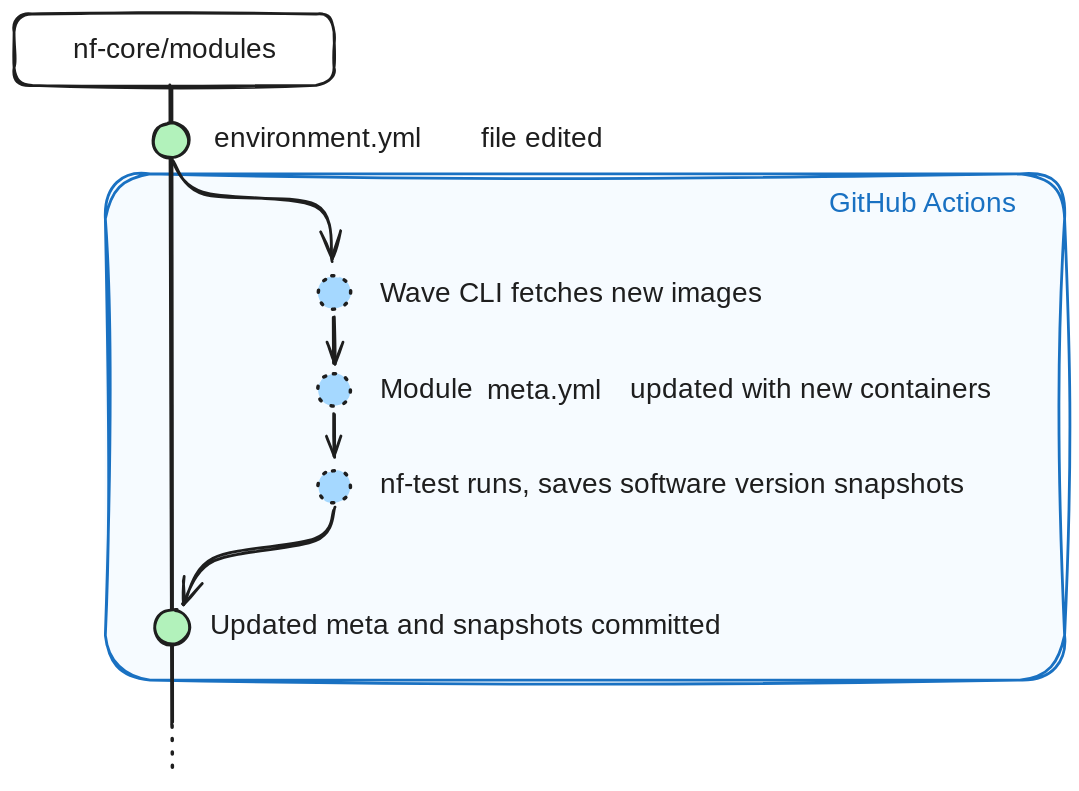
This is sites/main-site/src/assets/images/blog/seqera-containers-part-2/creation_flow.excalidraw.svg from nf-core/website, a Excalidraw export, as it was before one commit. Source tidied: one line per element, renumbered; positions are measured from the earlier drawing's top-left corner, leaving out a move shared by most shapes. Source of this version:
```json
{"id": 0, "type": "rectangle", "strokeColor": "transparent", "backgroundColor": "#a5d8ff", "fillStyle": "solid", "strokeWidth": 2, "roughness": 2, "opacity": 10, "round": true, "x": 65, "y": 115, "width": 685, "height": 362}
{"id": 1, "type": "rectangle", "strokeColor": "#1971c2", "strokeWidth": 2, "roughness": 2, "round": true, "x": 65, "y": 114, "width": 685, "height": 362}
{"id": 2, "type": "rectangle", "strokeColor": "#1e1e1e", "strokeWidth": 2, "roughness": 1, "round": true, "x": 0, "y": 0, "width": 229, "height": 51}
{"id": 3, "type": "text", "text": "nf-core/modules", "strokeColor": "#1e1e1e", "strokeWidth": 2, "roughness": 1, "fontSize": 20, "fontFamily": 3, "textAlign": "center", "verticalAlign": "middle", "inside": 2, "x": 26, "y": 14, "width": 176, "height": 24}
{"id": 4, "type": "text", "text": "file edited", "strokeColor": "#1e1e1e", "strokeWidth": 2, "roughness": 1, "fontSize": 20, "fontFamily": 1, "x": 334, "y": 77, "width": 101, "height": 25}
{"id": 5, "type": "text", "text": "environment.yml", "strokeColor": "#1e1e1e", "strokeWidth": 2, "roughness": 1, "fontSize": 20, "fontFamily": 3, "x": 143, "y": 77, "width": 176, "height": 24}
{"id": 6, "type": "line", "strokeColor": "#1e1e1e", "strokeWidth": 2, "roughness": 1, "round": true, "x": 113, "y": 52, "width": 0, "height": 455, "points": [[0, 0], [0, 455]]}
{"id": 7, "type": "ellipse", "strokeColor": "#1e1e1e", "backgroundColor": "#b2f2bb", "fillStyle": "solid", "strokeWidth": 2, "roughness": 1, "round": true, "x": 99, "y": 78, "width": 25, "height": 25}
{"id": 8, "type": "text", "text": "Wave CLI fetches new images", "strokeColor": "#1e1e1e", "backgroundColor": "#b2f2bb", "fillStyle": "solid", "strokeWidth": 2, "roughness": 1, "fontSize": 20, "fontFamily": 1, "x": 261, "y": 188, "width": 294, "height": 25}
{"id": 9, "type": "text", "text": "nf-test runs, saves software version snapshots", "strokeColor": "#1e1e1e", "backgroundColor": "#b2f2bb", "fillStyle": "solid", "strokeWidth": 2, "roughness": 1, "fontSize": 20, "fontFamily": 1, "x": 261, "y": 324, "width": 474, "height": 25}
{"id": 10, "type": "text", "text": "Module", "strokeColor": "#1e1e1e", "backgroundColor": "#b2f2bb", "fillStyle": "solid", "strokeWidth": 2, "roughness": 1, "fontSize": 20, "fontFamily": 1, "x": 261, "y": 256, "width": 65, "height": 25}
{"id": 11, "type": "text", "text": "meta.yml", "strokeColor": "#1e1e1e", "backgroundColor": "#b2f2bb", "fillStyle": "solid", "strokeWidth": 2, "roughness": 1, "fontSize": 20, "fontFamily": 3, "x": 338, "y": 257, "width": 94, "height": 24}
{"id": 12, "type": "text", "text": "updated with new containers", "strokeColor": "#1e1e1e", "backgroundColor": "#b2f2bb", "fillStyle": "solid", "strokeWidth": 2, "roughness": 1, "fontSize": 20, "fontFamily": 1, "x": 440, "y": 256, "width": 279, "height": 25}
{"id": 13, "type": "ellipse", "strokeColor": "#1e1e1e", "backgroundColor": "#a5d8ff", "fillStyle": "solid", "strokeWidth": 2, "strokeStyle": "dotted", "roughness": 1, "round": true, "x": 217, "y": 187, "width": 24, "height": 24}
{"id": 14, "type": "arrow", "strokeColor": "#1e1e1e", "backgroundColor": "#a5d8ff", "fillStyle": "solid", "strokeWidth": 2, "roughness": 1, "endArrowhead": "arrow", "round": true, "from": 7, "to": 13, "x": 113, "y": 104, "width": 115, "height": 72, "points": [[0, 0], [23, 24], [102, 32], [115, 72]]}
{"id": 15, "type": "ellipse", "strokeColor": "#1e1e1e", "backgroundColor": "#a5d8ff", "fillStyle": "solid", "strokeWidth": 2, "strokeStyle": "dotted", "roughness": 1, "round": true, "x": 217, "y": 257, "width": 24, "height": 24}
{"id": 16, "type": "ellipse", "strokeColor": "#1e1e1e", "backgroundColor": "#a5d8ff", "fillStyle": "solid", "strokeWidth": 2, "strokeStyle": "dotted", "roughness": 1, "round": true, "x": 217, "y": 326, "width": 24, "height": 24}
{"id": 17, "type": "arrow", "strokeColor": "#1e1e1e", "backgroundColor": "#a5d8ff", "fillStyle": "solid", "strokeWidth": 2, "roughness": 1, "endArrowhead": "arrow", "round": true, "from": 13, "to": 15, "x": 229, "y": 217, "width": 0, "height": 33, "points": [[0, 0], [0, 33]]}
{"id": 18, "type": "arrow", "strokeColor": "#1e1e1e", "backgroundColor": "#a5d8ff", "fillStyle": "solid", "strokeWidth": 2, "roughness": 1, "endArrowhead": "arrow", "round": true, "from": 15, "to": 16, "x": 229, "y": 286, "width": 0, "height": 30, "points": [[0, 0], [0, 30]]}
{"id": 19, "type": "ellipse", "strokeColor": "#1e1e1e", "backgroundColor": "#b2f2bb", "fillStyle": "solid", "strokeWidth": 2, "roughness": 1, "round": true, "x": 100, "y": 426, "width": 25, "height": 25}
{"id": 20, "type": "arrow", "strokeColor": "#1e1e1e", "backgroundColor": "#a5d8ff", "fillStyle": "solid", "strokeWidth": 2, "roughness": 1, "endArrowhead": "arrow", "round": true, "from": 16, "to": 19, "x": 228, "y": 354, "width": 109, "height": 69, "points": [[0, 0], [-14, 22], [-85, 36], [-109, 69]]}
{"id": 21, "type": "text", "text": "Updated meta and snapshots committed", "strokeColor": "#1e1e1e", "strokeWidth": 2, "roughness": 1, "fontSize": 20, "fontFamily": 1, "x": 140, "y": 425, "width": 398, "height": 25}
{"id": 22, "type": "text", "text": "GitHub Actions", "strokeColor": "#1971c2", "strokeWidth": 2, "roughness": 2, "fontSize": 20, "fontFamily": 1, "x": 583, "y": 124, "width": 144, "height": 25}
{"id": 23, "type": "line", "strokeColor": "#1e1e1e", "strokeWidth": 2, "strokeStyle": "dotted", "roughness": 2, "round": true, "x": 113, "y": 508, "width": 0, "height": 37, "points": [[0, 0], [0, 37]]}
```
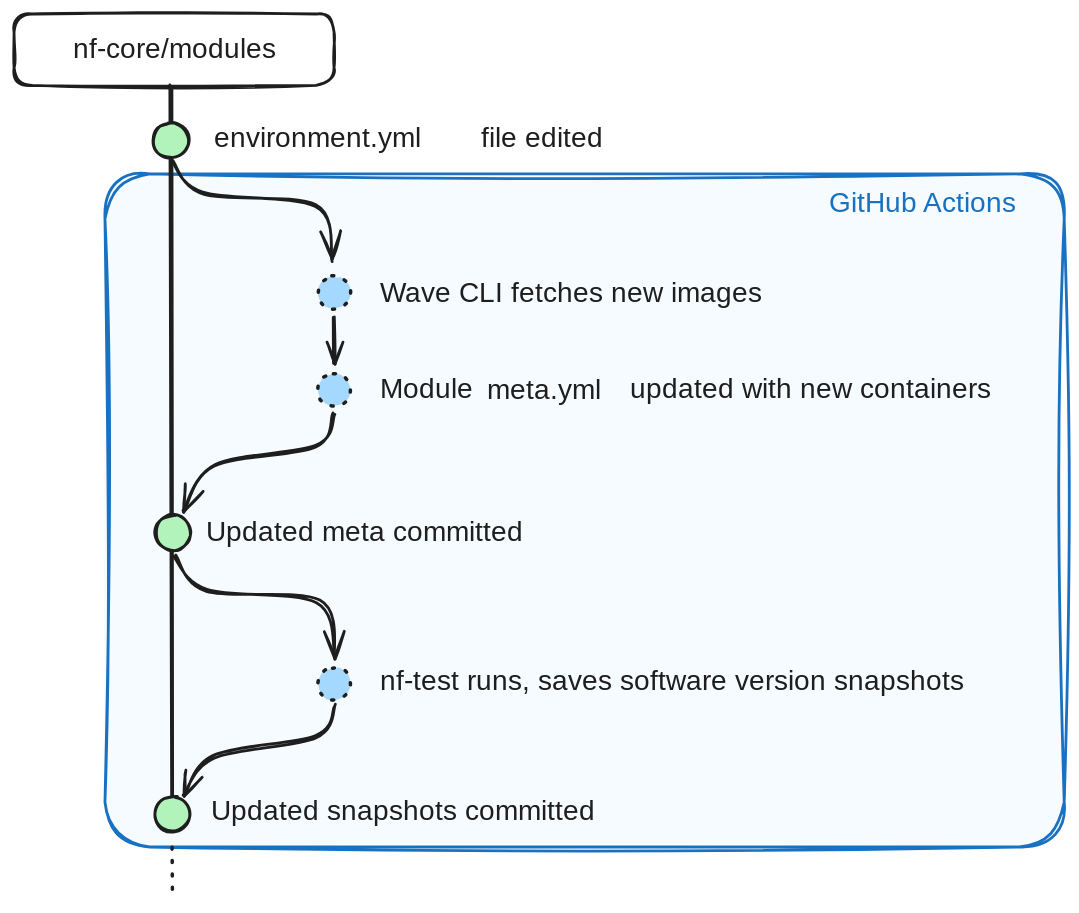
The same diagram one commit later.

Change to the diagram source:
```diff
@@ -1,24 +1,27 @@
-{"id": 0, "type": "rectangle", "strokeColor": "transparent", "backgroundColor": "#a5d8ff", "fillStyle": "solid", "strokeWidth": 2, "roughness": 2, "opacity": 10, "round": true, "x": 65, "y": 115, "width": 685, "height": 362}
+{"id": 0, "type": "rectangle", "strokeColor": "transparent", "backgroundColor": "#a5d8ff", "fillStyle": "solid", "strokeWidth": 2, "roughness": 2, "opacity": 10, "round": true, "x": 65, "y": 115, "width": 685, "height": 481}
-{"id": 1, "type": "rectangle", "strokeColor": "#1971c2", "strokeWidth": 2, "roughness": 2, "round": true, "x": 65, "y": 114, "width": 685, "height": 362}
+{"id": 1, "type": "rectangle", "strokeColor": "#1971c2", "strokeWidth": 2, "roughness": 2, "round": true, "x": 65, "y": 114, "width": 685, "height": 481}
 {"id": 2, "type": "rectangle", "strokeColor": "#1e1e1e", "strokeWidth": 2, "roughness": 1, "round": true, "x": 0, "y": 0, "width": 229, "height": 51}
 {"id": 3, "type": "text", "text": "nf-core/modules", "strokeColor": "#1e1e1e", "strokeWidth": 2, "roughness": 1, "fontSize": 20, "fontFamily": 3, "textAlign": "center", "verticalAlign": "middle", "inside": 2, "x": 26, "y": 14, "width": 176, "height": 24}
 {"id": 4, "type": "text", "text": "file edited", "strokeColor": "#1e1e1e", "strokeWidth": 2, "roughness": 1, "fontSize": 20, "fontFamily": 1, "x": 334, "y": 77, "width": 101, "height": 25}
 {"id": 5, "type": "text", "text": "environment.yml", "strokeColor": "#1e1e1e", "strokeWidth": 2, "roughness": 1, "fontSize": 20, "fontFamily": 3, "x": 143, "y": 77, "width": 176, "height": 24}
-{"id": 6, "type": "line", "strokeColor": "#1e1e1e", "strokeWidth": 2, "roughness": 1, "round": true, "x": 113, "y": 52, "width": 0, "height": 455, "points": [[0, 0], [0, 455]]}
+{"id": 6, "type": "line", "strokeColor": "#1e1e1e", "strokeWidth": 2, "roughness": 1, "round": true, "x": 113, "y": 52, "width": 0, "height": 525, "points": [[0, 0], [0, 525]]}
 {"id": 7, "type": "ellipse", "strokeColor": "#1e1e1e", "backgroundColor": "#b2f2bb", "fillStyle": "solid", "strokeWidth": 2, "roughness": 1, "round": true, "x": 99, "y": 78, "width": 25, "height": 25}
 {"id": 8, "type": "text", "text": "Wave CLI fetches new images", "strokeColor": "#1e1e1e", "backgroundColor": "#b2f2bb", "fillStyle": "solid", "strokeWidth": 2, "roughness": 1, "fontSize": 20, "fontFamily": 1, "x": 261, "y": 188, "width": 294, "height": 25}
-{"id": 9, "type": "text", "text": "nf-test runs, saves software version snapshots", "strokeColor": "#1e1e1e", "backgroundColor": "#b2f2bb", "fillStyle": "solid", "strokeWidth": 2, "roughness": 1, "fontSize": 20, "fontFamily": 1, "x": 261, "y": 324, "width": 474, "height": 25}
+{"id": 9, "type": "text", "text": "nf-test runs, saves software version snapshots", "strokeColor": "#1e1e1e", "backgroundColor": "#b2f2bb", "fillStyle": "solid", "strokeWidth": 2, "roughness": 1, "fontSize": 20, "fontFamily": 1, "x": 261, "y": 465, "width": 474, "height": 25}
 {"id": 10, "type": "text", "text": "Module", "strokeColor": "#1e1e1e", "backgroundColor": "#b2f2bb", "fillStyle": "solid", "strokeWidth": 2, "roughness": 1, "fontSize": 20, "fontFamily": 1, "x": 261, "y": 256, "width": 65, "height": 25}
 {"id": 11, "type": "text", "text": "meta.yml", "strokeColor": "#1e1e1e", "backgroundColor": "#b2f2bb", "fillStyle": "solid", "strokeWidth": 2, "roughness": 1, "fontSize": 20, "fontFamily": 3, "x": 338, "y": 257, "width": 94, "height": 24}
 {"id": 12, "type": "text", "text": "updated with new containers", "strokeColor": "#1e1e1e", "backgroundColor": "#b2f2bb", "fillStyle": "solid", "strokeWidth": 2, "roughness": 1, "fontSize": 20, "fontFamily": 1, "x": 440, "y": 256, "width": 279, "height": 25}
 {"id": 13, "type": "ellipse", "strokeColor": "#1e1e1e", "backgroundColor": "#a5d8ff", "fillStyle": "solid", "strokeWidth": 2, "strokeStyle": "dotted", "roughness": 1, "round": true, "x": 217, "y": 187, "width": 24, "height": 24}
 {"id": 14, "type": "arrow", "strokeColor": "#1e1e1e", "backgroundColor": "#a5d8ff", "fillStyle": "solid", "strokeWidth": 2, "roughness": 1, "endArrowhead": "arrow", "round": true, "from": 7, "to": 13, "x": 113, "y": 104, "width": 115, "height": 72, "points": [[0, 0], [23, 24], [102, 32], [115, 72]]}
 {"id": 15, "type": "ellipse", "strokeColor": "#1e1e1e", "backgroundColor": "#a5d8ff", "fillStyle": "solid", "strokeWidth": 2, "strokeStyle": "dotted", "roughness": 1, "round": true, "x": 217, "y": 257, "width": 24, "height": 24}
-{"id": 16, "type": "ellipse", "strokeColor": "#1e1e1e", "backgroundColor": "#a5d8ff", "fillStyle": "solid", "strokeWidth": 2, "strokeStyle": "dotted", "roughness": 1, "round": true, "x": 217, "y": 326, "width": 24, "height": 24}
+{"id": 16, "type": "ellipse", "strokeColor": "#1e1e1e", "backgroundColor": "#a5d8ff", "fillStyle": "solid", "strokeWidth": 2, "strokeStyle": "dotted", "roughness": 1, "round": true, "x": 217, "y": 467, "width": 24, "height": 24}
 {"id": 17, "type": "arrow", "strokeColor": "#1e1e1e", "backgroundColor": "#a5d8ff", "fillStyle": "solid", "strokeWidth": 2, "roughness": 1, "endArrowhead": "arrow", "round": true, "from": 13, "to": 15, "x": 229, "y": 217, "width": 0, "height": 33, "points": [[0, 0], [0, 33]]}
-{"id": 18, "type": "arrow", "strokeColor": "#1e1e1e", "backgroundColor": "#a5d8ff", "fillStyle": "solid", "strokeWidth": 2, "roughness": 1, "endArrowhead": "arrow", "round": true, "from": 15, "to": 16, "x": 229, "y": 286, "width": 0, "height": 30, "points": [[0, 0], [0, 30]]}
-{"id": 19, "type": "ellipse", "strokeColor": "#1e1e1e", "backgroundColor": "#b2f2bb", "fillStyle": "solid", "strokeWidth": 2, "roughness": 1, "round": true, "x": 100, "y": 426, "width": 25, "height": 25}
+{"id": 19, "type": "ellipse", "strokeColor": "#1e1e1e", "backgroundColor": "#b2f2bb", "fillStyle": "solid", "strokeWidth": 2, "roughness": 1, "round": true, "x": 100, "y": 559, "width": 25, "height": 25}
-{"id": 20, "type": "arrow", "strokeColor": "#1e1e1e", "backgroundColor": "#a5d8ff", "fillStyle": "solid", "strokeWidth": 2, "roughness": 1, "endArrowhead": "arrow", "round": true, "from": 16, "to": 19, "x": 228, "y": 354, "width": 109, "height": 69, "points": [[0, 0], [-14, 22], [-85, 36], [-109, 69]]}
+{"id": 20, "type": "arrow", "strokeColor": "#1e1e1e", "backgroundColor": "#a5d8ff", "fillStyle": "solid", "strokeWidth": 2, "roughness": 1, "endArrowhead": "arrow", "round": true, "from": 16, "to": 19, "x": 228, "y": 494, "width": 109, "height": 65, "points": [[0, 0], [-14, 22], [-85, 36], [-109, 65]]}
-{"id": 21, "type": "text", "text": "Updated meta and snapshots committed", "strokeColor": "#1e1e1e", "strokeWidth": 2, "roughness": 1, "fontSize": 20, "fontFamily": 1, "x": 140, "y": 425, "width": 398, "height": 25}
+{"id": 21, "type": "text", "text": "Updated snapshots committed", "strokeColor": "#1e1e1e", "strokeWidth": 2, "roughness": 1, "fontSize": 20, "fontFamily": 1, "x": 140, "y": 558, "width": 296, "height": 25}
 {"id": 22, "type": "text", "text": "GitHub Actions", "strokeColor": "#1971c2", "strokeWidth": 2, "roughness": 2, "fontSize": 20, "fontFamily": 1, "x": 583, "y": 124, "width": 144, "height": 25}
-{"id": 23, "type": "line", "strokeColor": "#1e1e1e", "strokeWidth": 2, "strokeStyle": "dotted", "roughness": 2, "round": true, "x": 113, "y": 508, "width": 0, "height": 37, "points": [[0, 0], [0, 37]]}
+{"id": 23, "type": "line", "strokeColor": "#1e1e1e", "strokeWidth": 2, "strokeStyle": "dotted", "roughness": 2, "round": true, "x": 113, "y": 596, "width": 0, "height": 37, "points": [[0, 0], [0, 37]]}
+{"id": 24, "type": "ellipse", "strokeColor": "#1e1e1e", "backgroundColor": "#b2f2bb", "fillStyle": "solid", "strokeWidth": 2, "roughness": 1, "round": true, "x": 101, "y": 358, "width": 25, "height": 25}
+{"id": 25, "type": "arrow", "strokeColor": "#1e1e1e", "backgroundColor": "#a5d8ff", "fillStyle": "solid", "strokeWidth": 2, "roughness": 1, "endArrowhead": "arrow", "round": true, "from": 15, "to": 24, "x": 229, "y": 286, "width": 109, "height": 69, "points": [[0, 0], [-14, 22], [-85, 36], [-109, 69]]}
+{"id": 26, "type": "arrow", "strokeColor": "#1e1e1e", "backgroundColor": "#a5d8ff", "fillStyle": "solid", "strokeWidth": 2, "roughness": 1, "endArrowhead": "arrow", "round": true, "from": 24, "to": 16, "x": 115, "y": 388, "width": 115, "height": 72, "points": [[0, 0], [23, 24], [102, 32], [115, 72]]}
+{"id": 27, "type": "text", "text": "Updated meta committed", "strokeColor": "#1e1e1e", "strokeWidth": 2, "roughness": 1, "fontSize": 20, "fontFamily": 1, "x": 137, "y": 359, "width": 246, "height": 25}
```
